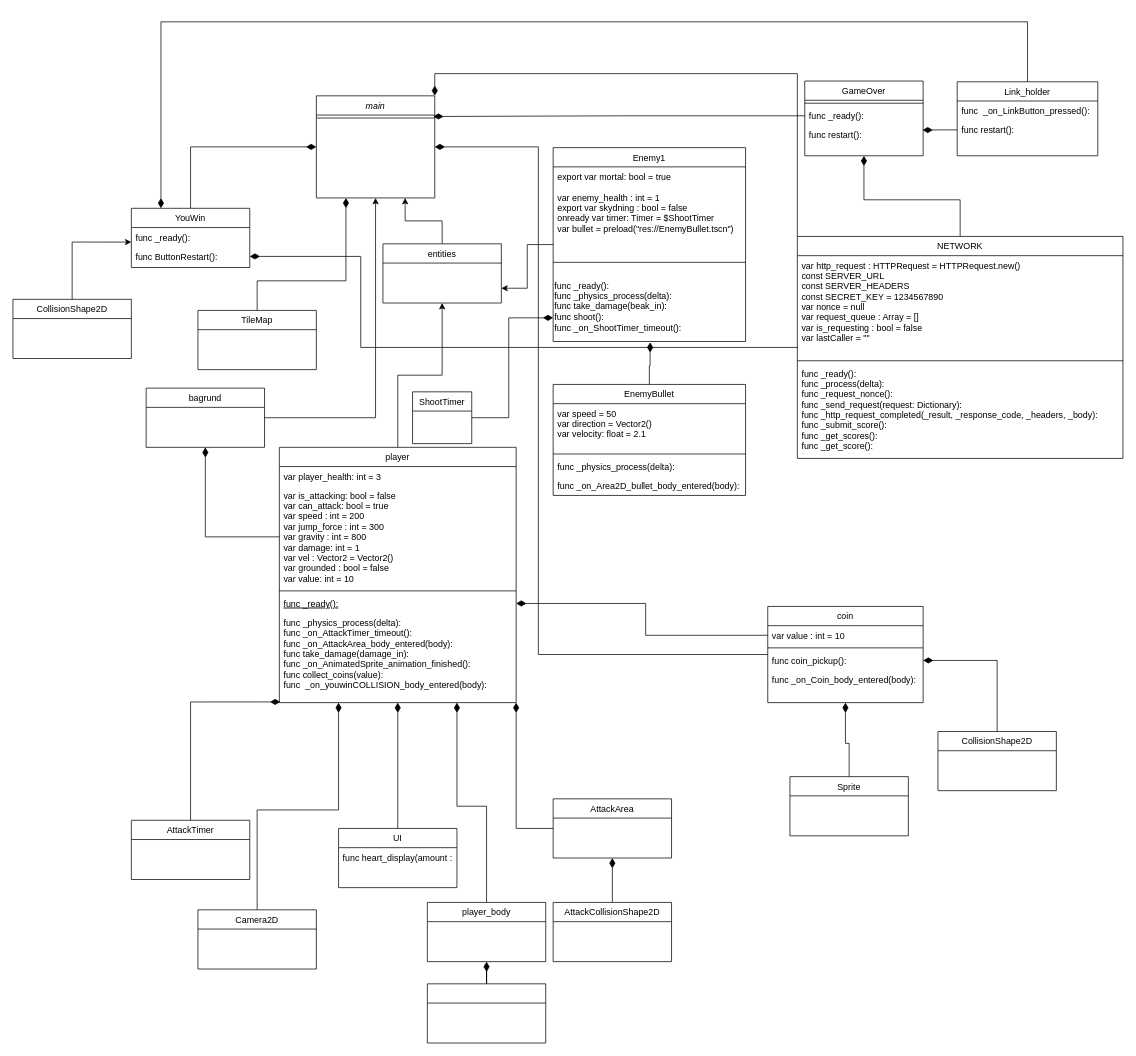
Above: klasse diagram.drawio in Anasbananhovede/eksame-projekt (draw.io), before the change. Source tidied: cells renumbered, new cells numbered last; positions are measured from the earlier drawing's top-left corner, leaving out a move shared by most shapes. Both pictures are drawn from the tidied source at 74%, with x=0, y=0 at pixel (13, 21).
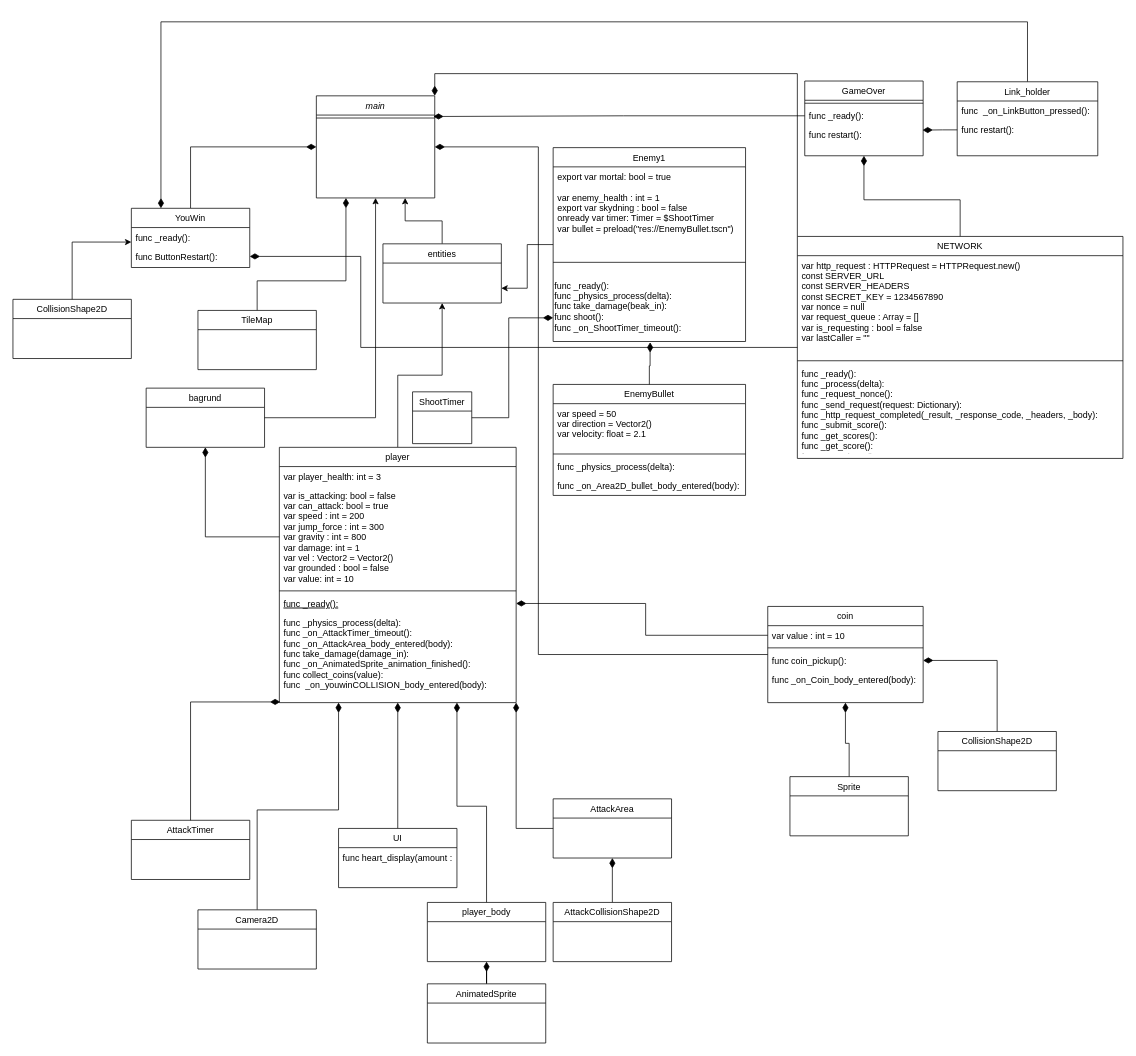
After the change.

What changed in the source:
```diff
@@
-    <mxCell id="63" value=" " style="swimlane;fontStyle=0;align=center;verticalAlign=top;horizontal=1;startSize=26;rounded=0;shadow=0;strokeWidth=1;" parent="1" vertex="1">
+    <mxCell id="63" value="AnimatedSprite" style="swimlane;fontStyle=0;align=center;verticalAlign=top;horizontal=1;startSize=26;rounded=0;shadow=0;strokeWidth=1;" parent="1" vertex="1">
       <mxGeometry x="560" y="1300" width="160" height="80" as="geometry" />
     </mxCell>
```
